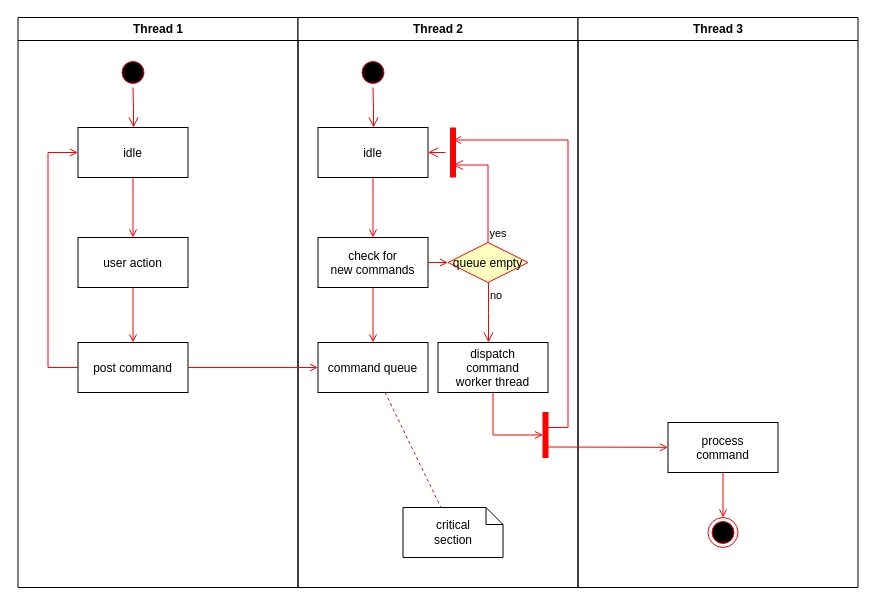
Before: test.drawio in samuelpilusa365/myRepo, a draw.io diagram. Source tidied: cells renumbered, new cells numbered last; positions are measured from the earlier drawing's top-left corner, leaving out a move shared by most shapes. Both pictures are drawn from the tidied source at 100%, with x=0, y=0 at pixel (17, 17).
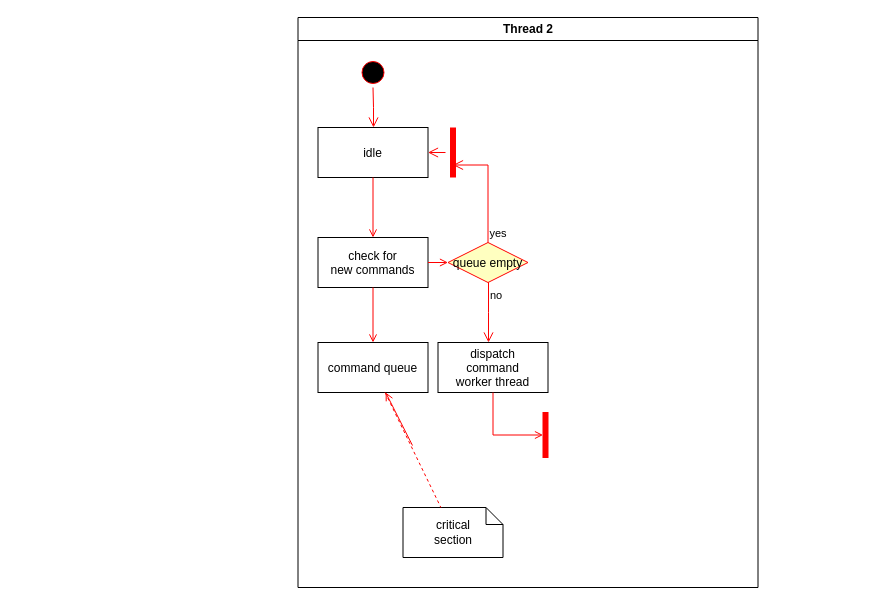
The same diagram, later.

The change refers to these unchanged cells:
```xml
<mxCell id="17" value="command queue" parent="11" vertex="1">
  <mxGeometry x="20" y="325" width="110" height="50" as="geometry" />
</mxCell>
<mxCell id="23" style="shape=line;strokeWidth=6;strokeColor=#ff0000;rotation=90;" parent="11" vertex="1">
  <mxGeometry x="130" y="127.5" width="50" height="15" as="geometry" />
</mxCell>
```

Diff of the diagram source:
```diff
@@
-    <mxCell id="2" value="Thread 1" style="swimlane;whiteSpace=wrap;" parent="1" vertex="1">
-      <mxGeometry x="0.5" width="280" height="570" as="geometry" />
-    </mxCell>
-    <mxCell id="3" style="ellipse;shape=startState;fillColor=#000000;strokeColor=#ff0000;" parent="2" vertex="1">
-      <mxGeometry x="100" y="40" width="30" height="30" as="geometry" />
-    </mxCell>
-    <mxCell id="4" style="edgeStyle=elbowEdgeStyle;elbow=horizontal;verticalAlign=bottom;endArrow=open;endSize=8;strokeColor=#FF0000;endFill=1;rounded=0;" parent="2" edge="1" source="3" target="5">
-      <mxGeometry x="100" y="40" as="geometry" />
-    </mxCell>
-    <mxCell id="5" value="idle" parent="2" vertex="1">
-      <mxGeometry x="60" y="110" width="110" height="50" as="geometry" />
-    </mxCell>
-    <mxCell id="6" value="user action" parent="2" vertex="1">
-      <mxGeometry x="60" y="220" width="110" height="50" as="geometry" />
-    </mxCell>
-    <mxCell id="7" style="endArrow=open;strokeColor=#FF0000;endFill=1;rounded=0;" parent="2" edge="1" source="5" target="6">
-      <mxGeometry relative="1" as="geometry" />
-    </mxCell>
-    <mxCell id="8" value="post command" parent="2" vertex="1">
-      <mxGeometry x="60" y="325" width="110" height="50" as="geometry" />
-    </mxCell>
-    <mxCell id="9" style="endArrow=open;strokeColor=#FF0000;endFill=1;rounded=0;" parent="2" edge="1" source="6" target="8">
-      <mxGeometry relative="1" as="geometry" />
-    </mxCell>
-    <mxCell id="10" style="edgeStyle=elbowEdgeStyle;elbow=horizontal;strokeColor=#FF0000;endArrow=open;endFill=1;rounded=0;" parent="2" edge="1" source="8" target="5">
-      <mxGeometry relative="1" as="geometry">
-        <Array as="points">
-          <mxPoint x="30" y="250" />
-        </Array>
-      </mxGeometry>
-    </mxCell>
     <mxCell id="11" value="Thread 2" style="swimlane;whiteSpace=wrap;" parent="1" vertex="1">
-      <mxGeometry x="280.5" width="280" height="570" as="geometry" />
+      <mxGeometry x="280.5" width="460" height="570" as="geometry" />
     </mxCell>
@@
-    <mxCell id="30" value="Thread 3" style="swimlane;whiteSpace=wrap;" parent="1" vertex="1">
-      <mxGeometry x="560.5" width="280" height="570" as="geometry" />
-    </mxCell>
-    <mxCell id="31" value="process&#10;command" parent="30" vertex="1">
-      <mxGeometry x="90" y="405" width="110" height="50" as="geometry" />
-    </mxCell>
-    <mxCell id="32" style="edgeStyle=elbowEdgeStyle;elbow=horizontal;strokeColor=#FF0000;endArrow=open;endFill=1;rounded=0;entryX=0.25;entryY=0.5;entryPerimeter=0;" parent="30" edge="1" target="23">
-      <mxGeometry relative="1" as="geometry">
-        <mxPoint x="-30" y="410" as="sourcePoint" />
-        <Array as="points">
-          <mxPoint x="-10" y="135" />
-        </Array>
-      </mxGeometry>
-    </mxCell>
-    <mxCell id="33" style="edgeStyle=none;strokeColor=#FF0000;endArrow=open;endFill=1;rounded=0;" parent="30" edge="1" target="31">
-      <mxGeometry relative="1" as="geometry">
-        <mxPoint x="-30" y="429.5" as="sourcePoint" />
-      </mxGeometry>
-    </mxCell>
-    <mxCell id="34" style="ellipse;shape=endState;fillColor=#000000;strokeColor=#ff0000;" parent="30" vertex="1">
-      <mxGeometry x="130" y="500" width="30" height="30" as="geometry" />
-    </mxCell>
-    <mxCell id="35" style="endArrow=open;strokeColor=#FF0000;endFill=1;rounded=0;" parent="30" edge="1" source="31" target="34">
-      <mxGeometry relative="1" as="geometry" />
-    </mxCell>
-    <mxCell id="36" style="endArrow=open;strokeColor=#FF0000;endFill=1;rounded=0;" parent="1" edge="1" source="8" target="17">
-      <mxGeometry relative="1" as="geometry" />
+    <mxCell id="36" style="endArrow=open;strokeColor=#FF0000;endFill=1;rounded=0;" parent="1" edge="1" target="17">
+      <mxGeometry relative="1" as="geometry">
+        <mxPoint x="395" y="428" as="sourcePoint" />
+      </mxGeometry>
     </mxCell>
```
